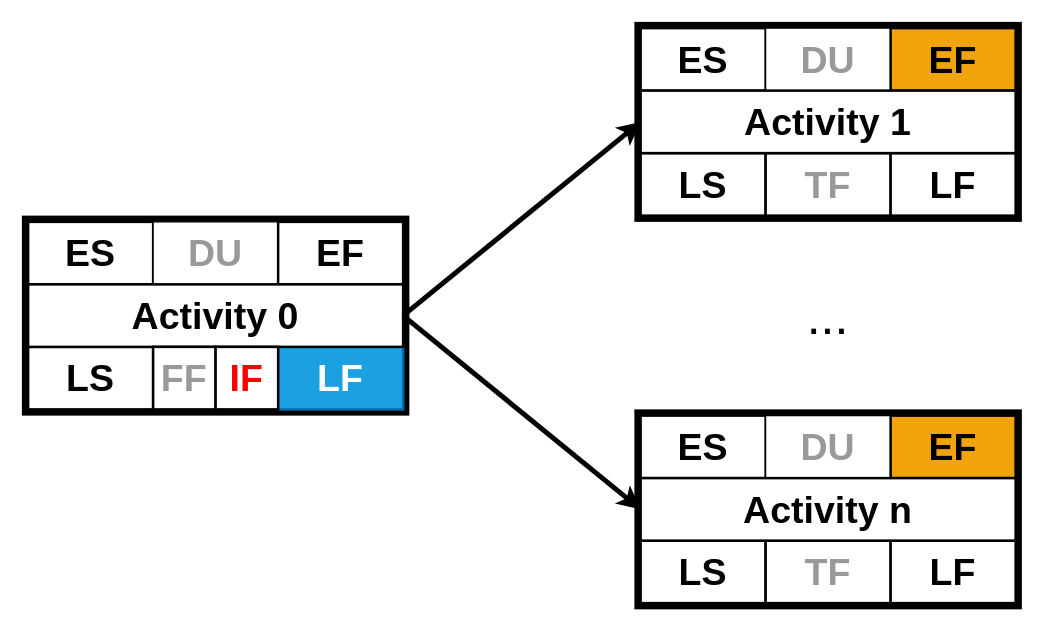
Earlier version of the draw.io diagram page "5" (5 of 6) of img/draw.io/cpm.drawio (shixiaobang/sp-and-spm). Source tidied: cells renumbered, new cells numbered last; positions are measured from the earlier drawing's top-left corner, leaving out a move shared by most shapes. Both pictures are drawn from the tidied source at 125%, with x=0, y=0 at pixel (28, 28).
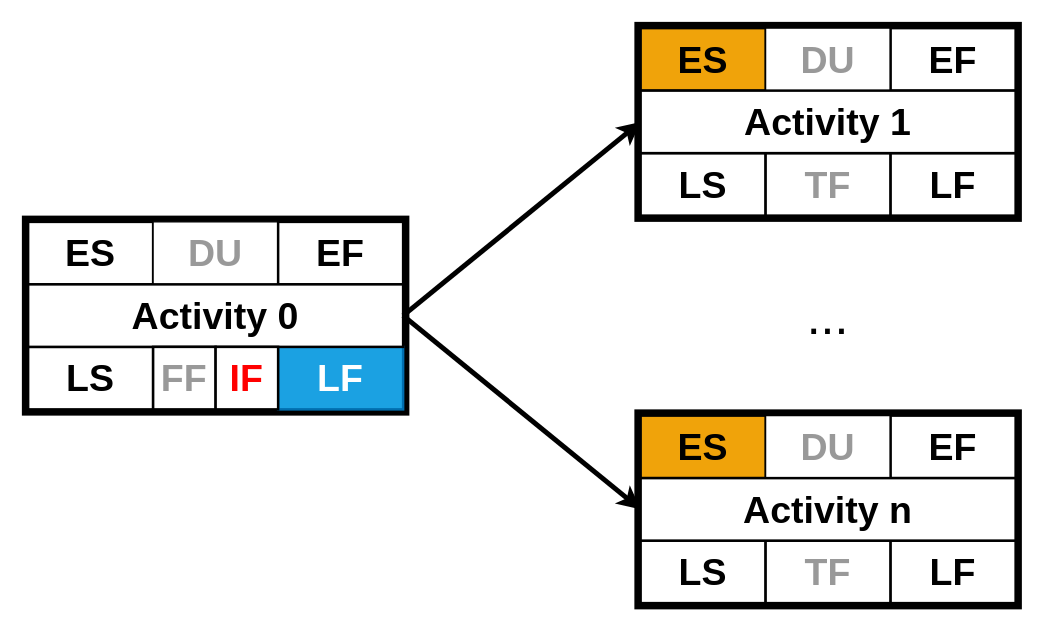
The same diagram, later.

Unchanged cells that the change refers to:
```xml
<mxCell id="3" style="group;fillColor=#f0a30a;fontColor=#000000;strokeColor=default;" parent="2" vertex="1">
  <mxGeometry x="490" width="300" height="150" as="geometry" />
</mxCell>
<mxCell id="12" style="group;fillColor=default;fontColor=#ffffff;strokeColor=default;" parent="2" vertex="1">
  <mxGeometry x="490" y="310" width="300" height="150" as="geometry" />
</mxCell>
```

Diff of the diagram source:
```diff
@@
-    <mxCell id="5" value="&lt;font size=&quot;1&quot; style=&quot;&quot;&gt;&lt;b style=&quot;font-size: 30px;&quot;&gt;ES&lt;/b&gt;&lt;/font&gt;" style="rounded=0;whiteSpace=wrap;html=1;fillColor=default;strokeColor=default;fontColor=#000000;strokeWidth=2;" parent="3" vertex="1">
+    <mxCell id="5" value="&lt;font size=&quot;1&quot; style=&quot;&quot;&gt;&lt;b style=&quot;font-size: 30px;&quot;&gt;ES&lt;/b&gt;&lt;/font&gt;" style="rounded=0;whiteSpace=wrap;html=1;fillColor=#f0a30a;strokeColor=default;fontColor=#000000;strokeWidth=2;" parent="3" vertex="1">
       <mxGeometry width="100" height="50" as="geometry" />
     </mxCell>
@@
-    <mxCell id="7" value="&lt;font color=&quot;#000000&quot; size=&quot;1&quot; style=&quot;&quot;&gt;&lt;b style=&quot;font-size: 30px;&quot;&gt;EF&lt;/b&gt;&lt;/font&gt;" style="rounded=0;whiteSpace=wrap;html=1;fillColor=#f0a30a;fontColor=#000000;strokeColor=default;strokeWidth=2;" parent="3" vertex="1">
+    <mxCell id="7" value="&lt;font color=&quot;#000000&quot; size=&quot;1&quot; style=&quot;&quot;&gt;&lt;b style=&quot;font-size: 30px;&quot;&gt;EF&lt;/b&gt;&lt;/font&gt;" style="rounded=0;whiteSpace=wrap;html=1;fillColor=default;fontColor=#000000;strokeColor=default;strokeWidth=2;" parent="3" vertex="1">
       <mxGeometry x="200" width="100" height="50" as="geometry" />
     </mxCell>
@@
-    <mxCell id="14" value="&lt;font size=&quot;1&quot; style=&quot;&quot;&gt;&lt;b style=&quot;font-size: 30px;&quot;&gt;ES&lt;/b&gt;&lt;/font&gt;" style="rounded=0;whiteSpace=wrap;html=1;fillColor=default;strokeColor=default;fontColor=#000000;strokeWidth=2;" parent="12" vertex="1">
+    <mxCell id="14" value="&lt;font size=&quot;1&quot; style=&quot;&quot;&gt;&lt;b style=&quot;font-size: 30px;&quot;&gt;ES&lt;/b&gt;&lt;/font&gt;" style="rounded=0;whiteSpace=wrap;html=1;fillColor=#f0a30a;strokeColor=default;fontColor=#000000;strokeWidth=2;" parent="12" vertex="1">
       <mxGeometry width="100" height="50" as="geometry" />
     </mxCell>
@@
-    <mxCell id="16" value="&lt;font color=&quot;#000000&quot; size=&quot;1&quot; style=&quot;&quot;&gt;&lt;b style=&quot;font-size: 30px;&quot;&gt;EF&lt;/b&gt;&lt;/font&gt;" style="rounded=0;whiteSpace=wrap;html=1;fillColor=#f0a30a;fontColor=#000000;strokeColor=default;strokeWidth=2;" parent="12" vertex="1">
+    <mxCell id="16" value="&lt;font color=&quot;#000000&quot; size=&quot;1&quot; style=&quot;&quot;&gt;&lt;b style=&quot;font-size: 30px;&quot;&gt;EF&lt;/b&gt;&lt;/font&gt;" style="rounded=0;whiteSpace=wrap;html=1;fillColor=default;fontColor=#000000;strokeColor=default;strokeWidth=2;" parent="12" vertex="1">
       <mxGeometry x="200" width="100" height="50" as="geometry" />
     </mxCell>
```
